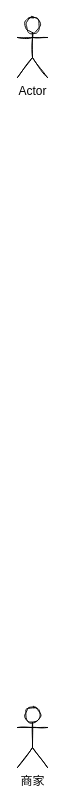
Before: Kemai/好餐谋V11启用扫码点餐流程图.drawio in noobwu/diagrams, a draw.io diagram. Source tidied: cells renumbered, new cells numbered last; positions are measured from the earlier drawing's top-left corner, leaving out a move shared by most shapes. Both pictures are drawn from the tidied source at 100%, with x=0, y=0 at pixel (17, 17).
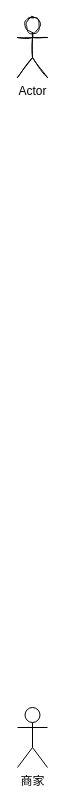
The same page after the edit.

Commit message (it also covers changes not shown here):
更新好餐谋V11启用扫码点餐流程图.drawio

Diff of the diagram source:
```diff
@@
 <mxGraphModel>
   <root>
     <mxCell id="0" />
     <mxCell id="1" parent="0" />
     <mxCell id="2" value="Actor" style="shape=umlActor;verticalLabelPosition=bottom;verticalAlign=top;html=1;rounded=0;sketch=1;" parent="1" vertex="1">
       <mxGeometry width="30" height="60" as="geometry" />
     </mxCell>
-    <mxCell id="3" value="商家" style="shape=umlActor;verticalLabelPosition=bottom;verticalAlign=top;html=1;rounded=0;sketch=1;" parent="1" vertex="1">
+    <mxCell id="3" value="商家" style="shape=umlActor;verticalLabelPosition=bottom;verticalAlign=top;html=1;rounded=0;sketch=0;" parent="1" vertex="1">
       <mxGeometry y="690" width="30" height="60" as="geometry" />
     </mxCell>
   </root>
 </mxGraphModel>
```
